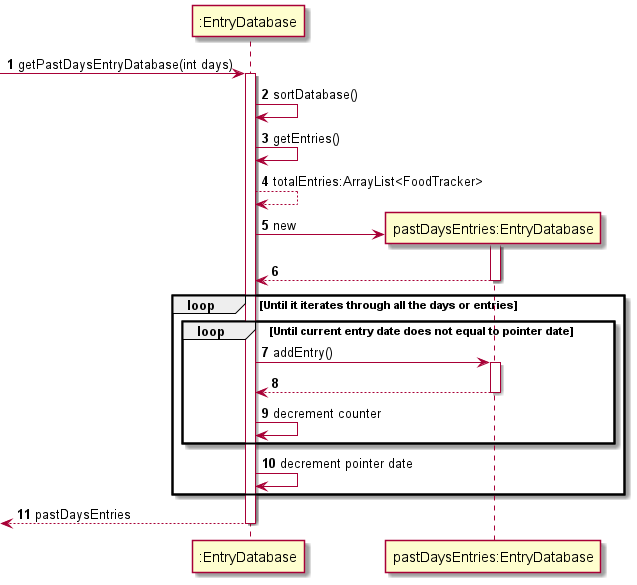
The PlantUML diagram docs/diagrams-DG/EntryDatabase_getPastDaysEntryDatabase_Seq.png in praj-bellakka/tp, before a commit.
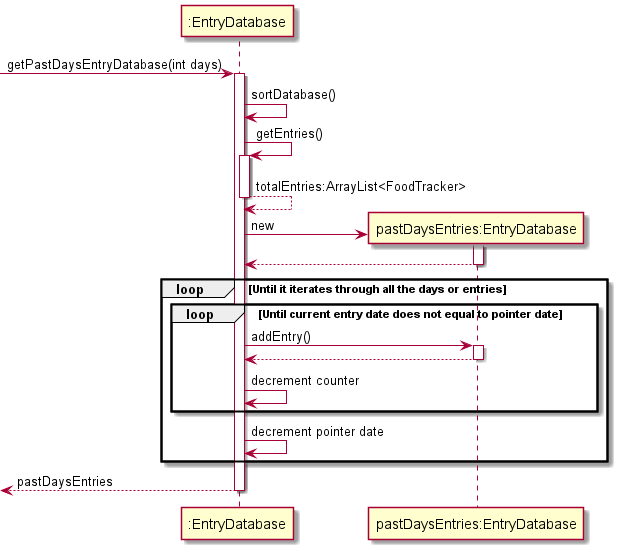
The same file after the commit.

Diff of the diagram source:
```diff
@@ -1,6 +1,4 @@
 @startuml
-
-autonumber
 
 -> ":EntryDatabase": getPastDaysEntryDatabase(int days)
 activate ":EntryDatabase"
@@ -8,8 +6,9 @@
 ":EntryDatabase" -> ":EntryDatabase": sortDatabase()
 
 ":EntryDatabase" -> ":EntryDatabase": getEntries()
+activate ":EntryDatabase"
 ":EntryDatabase" --> ":EntryDatabase": totalEntries:ArrayList<FoodTracker>
-
+deactivate ":EntryDatabase"
 create "pastDaysEntries:EntryDatabase"
 ":EntryDatabase" -> "pastDaysEntries:EntryDatabase": new
 activate "pastDaysEntries:EntryDatabase"
```
